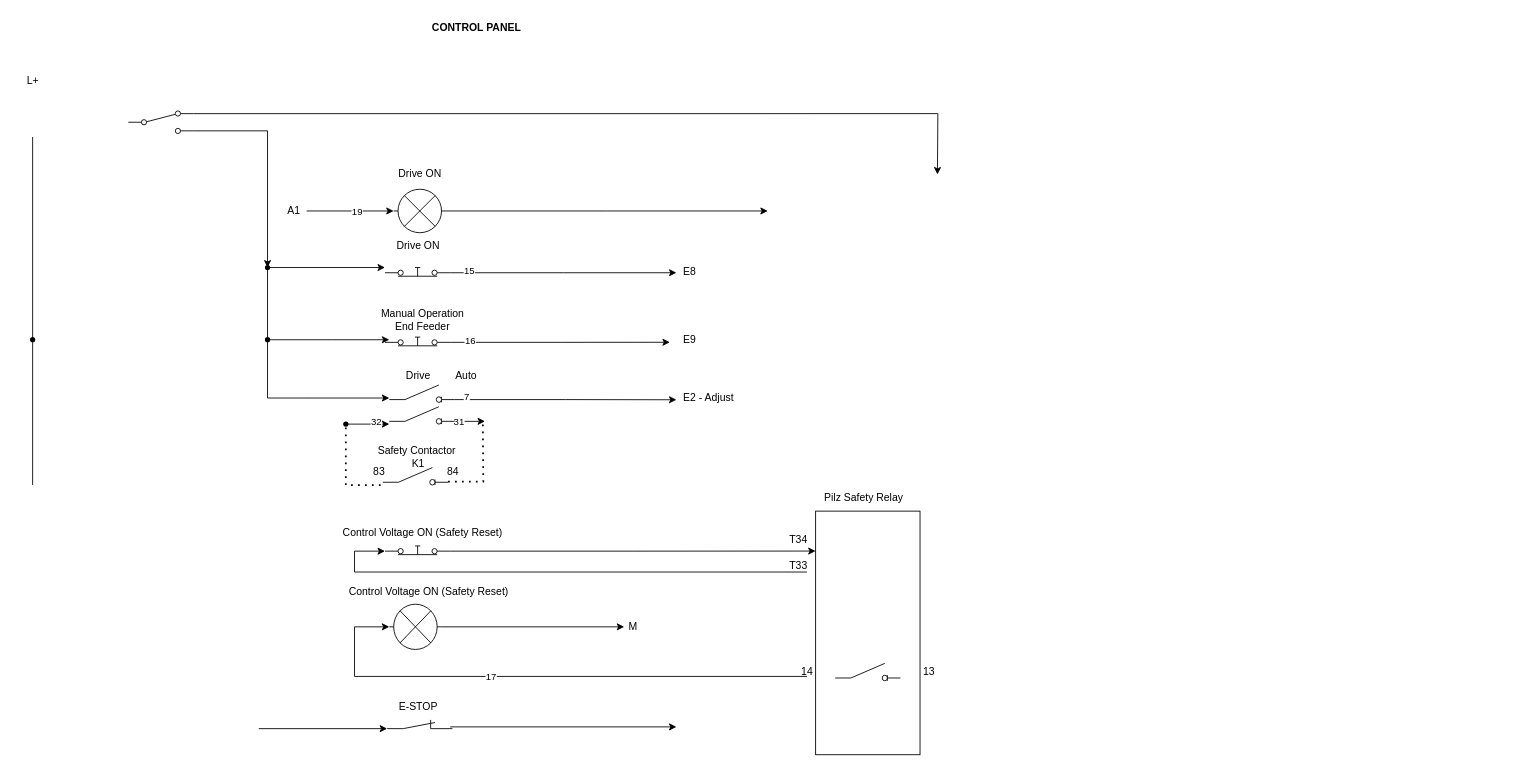
This is 176 Pendant.drawio from nicholas-carnie/Nicks-files, a draw.io file, before an edit. Source tidied: cells renumbered, new cells numbered last; positions are measured from the earlier drawing's top-left corner, leaving out a move shared by most shapes. Both pictures are drawn from the tidied source at 87%, with x=0, y=0 at pixel (15, 15).
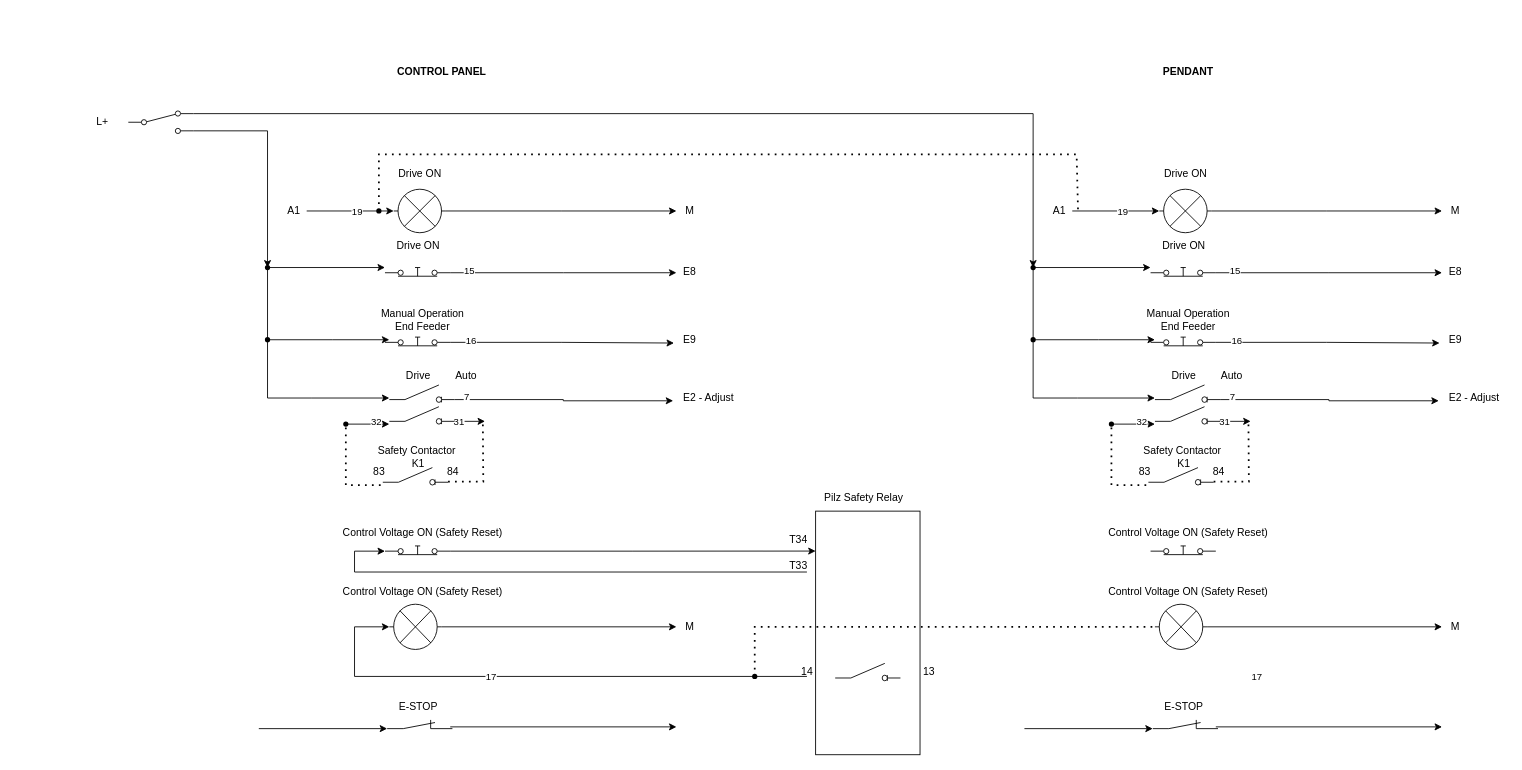
The same page after the edit.

The change refers to these unchanged cells:
```xml
<mxCell id="8" style="html=1;shape=mxgraph.electrical.electro-mechanical.twoWaySwitch;elSwitchState=2;" parent="1" vertex="1">
  <mxGeometry x="130" y="110" width="75" height="26" as="geometry" />
</mxCell>
<mxCell id="21" value="&amp;nbsp;E2 - Adjust" style="text;html=1;align=center;verticalAlign=middle;points=[];strokeColor=none;fillColor=none;" parent="1" vertex="1">
  <mxGeometry x="755" y="425" width="80" height="30" as="geometry" />
</mxCell>
<mxCell id="25" style="html=1;shape=mxgraph.electrical.electro-mechanical.switchDisconnector;elSwitchState=off;" parent="1" vertex="1">
  <mxGeometry x="430" y="425" width="75" height="20" as="geometry" />
</mxCell>
<mxCell id="29" style="html=1;shape=mxgraph.electrical.electro-mechanical.pushbutton;elSwitchState=on;" parent="1" vertex="1">
  <mxGeometry x="425" y="360" width="75" height="20" as="geometry" />
</mxCell>
<mxCell id="31" value="E9" style="text;html=1;align=center;verticalAlign=middle;points=[];strokeColor=none;fillColor=none;" parent="1" vertex="1">
  <mxGeometry x="755" y="358" width="40" height="30" as="geometry" />
</mxCell>
<mxCell id="53" style="verticalLabelPosition=bottom;shadow=0;dashed=0;align=center;html=1;verticalAlign=top;shape=mxgraph.electrical.miscellaneous.light_bulb;" parent="1" vertex="1">
  <mxGeometry x="435" y="200" width="60" height="50" as="geometry" />
</mxCell>
<mxCell id="54" style="verticalLabelPosition=bottom;shadow=0;dashed=0;align=center;html=1;verticalAlign=top;shape=mxgraph.electrical.miscellaneous.light_bulb;" parent="1" vertex="1">
  <mxGeometry x="430" y="677" width="60" height="52" as="geometry" />
</mxCell>
```

What changed in the source:
```diff
@@
-    <mxCell id="7" style="edgeStyle=orthogonalEdgeStyle;rounded=0;jettySize=auto;html=1;exitX=1;exitY=0.12;exitDx=0;exitDy=0;" parent="1" edge="1" source="8">
-      <mxGeometry relative="1" as="geometry">
-        <mxPoint x="1060" y="183" as="targetPoint" />
-      </mxGeometry>
+    <mxCell id="7" style="edgeStyle=orthogonalEdgeStyle;rounded=0;jettySize=auto;html=1;exitX=1;exitY=0.12;exitDx=0;exitDy=0;entryX=0.451;entryY=-0.068;entryDx=0;entryDy=0;entryPerimeter=0;" parent="1" edge="1" source="8" target="79">
+      <mxGeometry relative="1" as="geometry" />
     </mxCell>
@@
-    <mxCell id="17" style="endArrow=none;html=1;rounded=0;" parent="1" edge="1" source="35">
-      <mxGeometry relative="1" as="geometry">
-        <mxPoint x="20" y="140" as="targetPoint" />
-      </mxGeometry>
-    </mxCell>
     <mxCell id="18" value="L+" style="text;html=1;align=center;verticalAlign=middle;strokeColor=none;fillColor=none;" parent="1" vertex="1">
-      <mxGeometry y="60" width="40" height="30" as="geometry" />
+      <mxGeometry x="80" y="108" width="40" height="30" as="geometry" />
     </mxCell>
     <mxCell id="19" value="&lt;b&gt;CONTROL PANEL&lt;/b&gt;" style="text;html=1;align=center;verticalAlign=middle;strokeColor=none;fillColor=none;" parent="1" vertex="1">
-      <mxGeometry x="465" width="130" height="30" as="geometry" />
+      <mxGeometry x="425" y="50" width="130" height="30" as="geometry" />
     </mxCell>
@@
-    <mxCell id="23" style="edgeStyle=orthogonalEdgeStyle;rounded=0;jettySize=auto;html=1;exitX=1;exitY=0.84;exitDx=0;exitDy=0;" parent="1" edge="1" source="25">
-      <mxGeometry relative="1" as="geometry">
-        <mxPoint x="760" y="442" as="targetPoint" />
-      </mxGeometry>
+    <mxCell id="23" style="edgeStyle=orthogonalEdgeStyle;rounded=0;jettySize=auto;html=1;exitX=1;exitY=0.84;exitDx=0;exitDy=0;entryX=0.016;entryY=0.606;entryDx=0;entryDy=0;entryPerimeter=0;" parent="1" edge="1" source="25" target="21">
+      <mxGeometry relative="1" as="geometry" />
     </mxCell>
@@
-    <mxCell id="34" style="endArrow=none;html=1;rounded=0;" parent="1" edge="1" target="35">
-      <mxGeometry relative="1" as="geometry">
-        <mxPoint x="20" y="540" as="sourcePoint" />
-      </mxGeometry>
-    </mxCell>
-    <mxCell id="35" style="shape=waypoint;sketch=0;fillStyle=solid;size=6;points=[];fillColor=none;perimeter=centerPerimeter;snapToPoint=1;" parent="1" vertex="1">
-      <mxGeometry x="10" y="363" width="20" height="20" as="geometry" />
-    </mxCell>
-    <mxCell id="36" style="edgeStyle=orthogonalEdgeStyle;rounded=0;jettySize=auto;html=1;exitX=1;exitY=0.8;exitDx=0;exitDy=0;entryX=-0.063;entryY=0.597;entryDx=0;entryDy=0;entryPerimeter=0;" parent="1" edge="1" source="29" target="31">
+    <mxCell id="36" style="edgeStyle=orthogonalEdgeStyle;rounded=0;jettySize=auto;html=1;exitX=1;exitY=0.8;exitDx=0;exitDy=0;entryX=0.055;entryY=0.627;entryDx=0;entryDy=0;entryPerimeter=0;" parent="1" edge="1" source="29" target="31">
       <mxGeometry relative="1" as="geometry" />
     </mxCell>
@@
-    <mxCell id="52" style="edgeStyle=orthogonalEdgeStyle;rounded=0;jettySize=auto;html=1;exitX=1;exitY=0.5;exitDx=0;exitDy=0;exitPerimeter=0;entryX=-0.049;entryY=0.455;entryDx=0;entryDy=0;entryPerimeter=0;" parent="1" edge="1" source="53">
+    <mxCell id="52" style="edgeStyle=orthogonalEdgeStyle;rounded=0;jettySize=auto;html=1;exitX=1;exitY=0.5;exitDx=0;exitDy=0;exitPerimeter=0;" parent="1" edge="1" source="53">
       <mxGeometry relative="1" as="geometry">
-        <mxPoint x="865" y="225" as="targetPoint" />
+        <mxPoint x="760" y="225" as="targetPoint" />
       </mxGeometry>
     </mxCell>
@@
     <mxCell id="56" value="Control Voltage ON (Safety Reset)" style="text;html=1;align=center;verticalAlign=middle;strokeColor=none;fillColor=none;" parent="1" vertex="1">
-      <mxGeometry x="370" y="648" width="210" height="30" as="geometry" />
+      <mxGeometry x="362.5" y="648" width="210" height="30" as="geometry" />
     </mxCell>
@@
-    <mxCell id="63" style="edgeStyle=orthogonalEdgeStyle;rounded=0;jettySize=auto;html=1;exitX=1;exitY=0.5;exitDx=0;exitDy=0;exitPerimeter=0;" parent="1" edge="1" source="54">
-      <mxGeometry relative="1" as="geometry">
-        <mxPoint x="700" y="703" as="targetPoint" />
-      </mxGeometry>
+    <mxCell id="63" style="edgeStyle=orthogonalEdgeStyle;rounded=0;jettySize=auto;html=1;exitX=1;exitY=0.5;exitDx=0;exitDy=0;exitPerimeter=0;entryX=0;entryY=0.5;entryDx=0;entryDy=0;entryPerimeter=0;" parent="1" edge="1" source="54" target="67">
+      <mxGeometry relative="1" as="geometry" />
     </mxCell>
@@
     <mxCell id="67" value="M" style="text;html=1;align=center;verticalAlign=middle;points=[];strokeColor=none;fillColor=none;" parent="1" vertex="1">
-      <mxGeometry x="695" y="688" width="30" height="30" as="geometry" />
+      <mxGeometry x="760" y="688" width="30" height="30" as="geometry" />
     </mxCell>
@@
+    <mxCell id="70" value="M" style="text;html=1;align=center;verticalAlign=middle;strokeColor=none;fillColor=none;" parent="1" vertex="1">
+      <mxGeometry x="760" y="210" width="30" height="30" as="geometry" />
+    </mxCell>
+    <mxCell id="71" style="edgeStyle=orthogonalEdgeStyle;rounded=0;jettySize=auto;html=1;exitX=1;exitY=0.8;exitDx=0;exitDy=0;" parent="1" edge="1" source="73">
+      <mxGeometry relative="1" as="geometry">
+        <mxPoint x="1640" y="296" as="targetPoint" />
+      </mxGeometry>
+    </mxCell>
+    <mxCell id="72" value="15" style="edgeLabel;html=1;align=center;verticalAlign=middle;" parent="71" vertex="1">
+      <mxGeometry x="-0.84" y="3" relative="1" as="geometry" />
+    </mxCell>
+    <mxCell id="73" style="html=1;shape=mxgraph.electrical.electro-mechanical.pushbutton;elSwitchState=on;" parent="1" vertex="1">
+      <mxGeometry x="1305" y="280" width="75" height="20" as="geometry" />
+    </mxCell>
+    <mxCell id="74" style="html=1;shape=mxgraph.electrical.electro-mechanical.pushbutton;elSwitchState=on;" parent="1" vertex="1">
+      <mxGeometry x="1305" y="600" width="75" height="20" as="geometry" />
+    </mxCell>
+    <mxCell id="75" style="edgeStyle=orthogonalEdgeStyle;rounded=0;jettySize=auto;html=1;" parent="1" edge="1" source="76">
+      <mxGeometry relative="1" as="geometry">
+        <mxPoint x="1310" y="373" as="targetPoint" />
+      </mxGeometry>
+    </mxCell>
+    <mxCell id="76" style="shape=waypoint;sketch=0;fillStyle=solid;size=6;points=[];fillColor=none;perimeter=centerPerimeter;snapToPoint=1;" parent="1" vertex="1">
+      <mxGeometry x="1160" y="363" width="20" height="20" as="geometry" />
+    </mxCell>
+    <mxCell id="77" style="edgeStyle=orthogonalEdgeStyle;rounded=0;jettySize=auto;html=1;" parent="1" edge="1" source="79" target="73">
+      <mxGeometry relative="1" as="geometry" />
+    </mxCell>
+    <mxCell id="78" style="edgeStyle=orthogonalEdgeStyle;rounded=0;jettySize=auto;html=1;" parent="1" edge="1" source="79">
+      <mxGeometry relative="1" as="geometry">
+        <mxPoint x="1310" y="440" as="targetPoint" />
+        <Array as="points">
+          <mxPoint x="1170" y="440" />
+          <mxPoint x="1221" y="440" />
+        </Array>
+      </mxGeometry>
+    </mxCell>
+    <mxCell id="79" style="shape=waypoint;sketch=0;fillStyle=solid;size=6;points=[];fillColor=none;perimeter=centerPerimeter;snapToPoint=1;" parent="1" vertex="1">
+      <mxGeometry x="1160" y="280" width="20" height="20" as="geometry" />
+    </mxCell>
+    <mxCell id="80" value="Drive ON" style="text;html=1;align=center;verticalAlign=middle;strokeColor=none;fillColor=none;" parent="1" vertex="1">
+      <mxGeometry x="1307.5" y="250" width="70" height="30" as="geometry" />
+    </mxCell>
+    <mxCell id="81" value="&lt;div&gt;Manual Operation&lt;/div&gt;End Feeder" style="text;html=1;align=center;verticalAlign=middle;strokeColor=none;fillColor=none;" parent="1" vertex="1">
+      <mxGeometry x="1287.5" y="330" width="120" height="40" as="geometry" />
+    </mxCell>
+    <mxCell id="82" value="Drive" style="text;html=1;align=center;verticalAlign=middle;strokeColor=none;fillColor=none;" parent="1" vertex="1">
+      <mxGeometry x="1317.5" y="400" width="50" height="30" as="geometry" />
+    </mxCell>
+    <mxCell id="83" value="E8" style="text;html=1;align=center;verticalAlign=middle;strokeColor=none;fillColor=none;" parent="1" vertex="1">
+      <mxGeometry x="1635" y="280" width="40" height="30" as="geometry" />
+    </mxCell>
+    <mxCell id="84" value="&amp;nbsp;E2 - Adjust" style="text;html=1;align=center;verticalAlign=middle;points=[];strokeColor=none;fillColor=none;" parent="1" vertex="1">
+      <mxGeometry x="1635" y="425" width="80" height="30" as="geometry" />
+    </mxCell>
+    <mxCell id="85" value="Auto" style="text;html=1;align=center;verticalAlign=middle;strokeColor=none;fillColor=none;" parent="1" vertex="1">
+      <mxGeometry x="1372.5" y="400" width="50" height="30" as="geometry" />
+    </mxCell>
+    <mxCell id="86" style="edgeStyle=orthogonalEdgeStyle;rounded=0;jettySize=auto;html=1;exitX=1;exitY=0.84;exitDx=0;exitDy=0;entryX=0.016;entryY=0.606;entryDx=0;entryDy=0;entryPerimeter=0;" parent="1" edge="1" source="88" target="84">
+      <mxGeometry relative="1" as="geometry" />
+    </mxCell>
+    <mxCell id="87" value="7" style="edgeLabel;html=1;align=center;verticalAlign=middle;" parent="86" vertex="1">
+      <mxGeometry x="-0.9" y="3" relative="1" as="geometry" />
+    </mxCell>
+    <mxCell id="88" style="html=1;shape=mxgraph.electrical.electro-mechanical.switchDisconnector;elSwitchState=off;" parent="1" vertex="1">
+      <mxGeometry x="1310" y="425" width="75" height="20" as="geometry" />
+    </mxCell>
+    <mxCell id="89" style="edgeStyle=orthogonalEdgeStyle;rounded=0;jettySize=auto;html=1;exitX=1;exitY=0.84;exitDx=0;exitDy=0;" parent="1" edge="1" source="91">
+      <mxGeometry relative="1" as="geometry">
+        <mxPoint x="1420" y="467" as="targetPoint" />
+      </mxGeometry>
+    </mxCell>
+    <mxCell id="90" value="31" style="edgeLabel;html=1;align=center;verticalAlign=middle;" parent="89" vertex="1">
+      <mxGeometry x="-0.75" y="-1" relative="1" as="geometry" />
+    </mxCell>
+    <mxCell id="91" style="html=1;shape=mxgraph.electrical.electro-mechanical.switchDisconnector;elSwitchState=off;" parent="1" vertex="1">
+      <mxGeometry x="1310" y="450" width="75" height="20" as="geometry" />
+    </mxCell>
+    <mxCell id="92" style="html=1;shape=mxgraph.electrical.electro-mechanical.pushbutton;elSwitchState=on;" parent="1" vertex="1">
+      <mxGeometry x="1305" y="360" width="75" height="20" as="geometry" />
+    </mxCell>
+    <mxCell id="93" value="Control Voltage ON (Safety Reset)" style="text;html=1;align=center;verticalAlign=middle;strokeColor=none;fillColor=none;" parent="1" vertex="1">
+      <mxGeometry x="1242.5" y="580" width="210" height="30" as="geometry" />
+    </mxCell>
+    <mxCell id="94" value="E9" style="text;html=1;align=center;verticalAlign=middle;points=[];strokeColor=none;fillColor=none;" parent="1" vertex="1">
+      <mxGeometry x="1635" y="358" width="40" height="30" as="geometry" />
+    </mxCell>
+    <mxCell id="95" style="verticalLabelPosition=bottom;shadow=0;dashed=0;align=center;html=1;verticalAlign=top;shape=mxgraph.electrical.electro-mechanical.break_contact;" parent="1" vertex="1">
+      <mxGeometry x="1307.5" y="810" width="75" height="10" as="geometry" />
+    </mxCell>
+    <mxCell id="96" value="E-STOP" style="text;html=1;align=center;verticalAlign=middle;strokeColor=none;fillColor=none;" parent="1" vertex="1">
+      <mxGeometry x="1307.5" y="780" width="70" height="30" as="geometry" />
+    </mxCell>
+    <mxCell id="97" style="edgeStyle=orthogonalEdgeStyle;rounded=0;jettySize=auto;html=1;exitX=1;exitY=0.8;exitDx=0;exitDy=0;entryX=0.055;entryY=0.627;entryDx=0;entryDy=0;entryPerimeter=0;" parent="1" edge="1" source="92" target="94">
+      <mxGeometry relative="1" as="geometry" />
+    </mxCell>
+    <mxCell id="98" value="16" style="edgeLabel;html=1;align=center;verticalAlign=middle;" parent="97" vertex="1">
+      <mxGeometry x="-0.83" y="3" relative="1" as="geometry">
+        <mxPoint x="1" as="offset" />
+      </mxGeometry>
+    </mxCell>
+    <mxCell id="99" value="Safety Contactor&amp;nbsp;&lt;div&gt;K1&lt;/div&gt;" style="text;html=1;align=center;verticalAlign=middle;strokeColor=none;fillColor=none;" parent="1" vertex="1">
+      <mxGeometry x="1282.5" y="488" width="120" height="40" as="geometry" />
+    </mxCell>
+    <mxCell id="100" style="endArrow=classic;html=1;rounded=0;exitX=0.223;exitY=0.523;exitDx=0;exitDy=0;exitPerimeter=0;" parent="1" edge="1" source="102">
+      <mxGeometry relative="1" as="geometry">
+        <mxPoint x="1310" y="470" as="targetPoint" />
+      </mxGeometry>
+    </mxCell>
+    <mxCell id="101" value="32" style="edgeLabel;html=1;align=center;verticalAlign=middle;" parent="100" vertex="1">
+      <mxGeometry x="0.37" y="3" relative="1" as="geometry" />
+    </mxCell>
+    <mxCell id="102" style="shape=waypoint;sketch=0;fillStyle=solid;size=6;points=[];fillColor=none;perimeter=centerPerimeter;snapToPoint=1;" parent="1" vertex="1">
+      <mxGeometry x="1250" y="460" width="20" height="20" as="geometry" />
+    </mxCell>
+    <mxCell id="103" style="html=1;shape=mxgraph.electrical.electro-mechanical.switchDisconnector;elSwitchState=off;" parent="1" vertex="1">
+      <mxGeometry x="1302.5" y="520" width="75" height="20" as="geometry" />
+    </mxCell>
+    <mxCell id="104" style="endArrow=none;dashed=1;html=1;dashPattern=1 3;strokeWidth=2;rounded=0;" parent="1" edge="1">
+      <mxGeometry relative="1" as="geometry">
+        <mxPoint x="1377.5" y="536" as="sourcePoint" />
+        <mxPoint x="1417.5" y="468" as="targetPoint" />
+        <Array as="points">
+          <mxPoint x="1418" y="536" />
+        </Array>
+      </mxGeometry>
+    </mxCell>
+    <mxCell id="105" style="endArrow=none;dashed=1;html=1;dashPattern=1 3;strokeWidth=2;rounded=0;" parent="1" edge="1">
+      <mxGeometry relative="1" as="geometry">
+        <mxPoint x="1300" y="540" as="sourcePoint" />
+        <mxPoint x="1260" y="470" as="targetPoint" />
+        <Array as="points">
+          <mxPoint x="1260" y="540" />
+        </Array>
+      </mxGeometry>
+    </mxCell>
+    <mxCell id="106" value="83" style="text;html=1;align=center;verticalAlign=middle;strokeColor=none;fillColor=none;" parent="1" vertex="1">
+      <mxGeometry x="1277.5" y="510" width="40" height="30" as="geometry" />
+    </mxCell>
+    <mxCell id="107" value="84" style="text;html=1;align=center;verticalAlign=middle;strokeColor=none;fillColor=none;" parent="1" vertex="1">
+      <mxGeometry x="1362.5" y="510" width="40" height="30" as="geometry" />
+    </mxCell>
+    <mxCell id="108" style="endArrow=classic;html=1;rounded=0;" parent="1" edge="1">
+      <mxGeometry relative="1" as="geometry">
+        <mxPoint x="1380" y="818" as="sourcePoint" />
+        <mxPoint x="1640" y="818" as="targetPoint" />
+      </mxGeometry>
+    </mxCell>
+    <mxCell id="109" style="endArrow=classic;html=1;rounded=0;entryX=0;entryY=1;entryDx=0;entryDy=0;entryPerimeter=0;" parent="1" edge="1" target="95">
+      <mxGeometry relative="1" as="geometry">
+        <mxPoint x="1160" y="820" as="sourcePoint" />
+      </mxGeometry>
+    </mxCell>
+    <mxCell id="110" style="edgeStyle=orthogonalEdgeStyle;rounded=0;jettySize=auto;html=1;exitX=1;exitY=0.5;exitDx=0;exitDy=0;exitPerimeter=0;" parent="1" edge="1" source="111">
+      <mxGeometry relative="1" as="geometry">
+        <mxPoint x="1640" y="225" as="targetPoint" />
+      </mxGeometry>
+    </mxCell>
+    <mxCell id="111" style="verticalLabelPosition=bottom;shadow=0;dashed=0;align=center;html=1;verticalAlign=top;shape=mxgraph.electrical.miscellaneous.light_bulb;" parent="1" vertex="1">
+      <mxGeometry x="1315" y="200" width="60" height="50" as="geometry" />
+    </mxCell>
+    <mxCell id="112" style="verticalLabelPosition=bottom;shadow=0;dashed=0;align=center;html=1;verticalAlign=top;shape=mxgraph.electrical.miscellaneous.light_bulb;" parent="1" vertex="1">
+      <mxGeometry x="1310" y="677" width="60" height="52" as="geometry" />
+    </mxCell>
+    <mxCell id="113" value="Drive ON" style="text;html=1;align=center;verticalAlign=middle;strokeColor=none;fillColor=none;" parent="1" vertex="1">
+      <mxGeometry x="1310" y="168" width="70" height="30" as="geometry" />
+    </mxCell>
+    <mxCell id="114" value="Control Voltage ON (Safety Reset)" style="text;html=1;align=center;verticalAlign=middle;strokeColor=none;fillColor=none;" parent="1" vertex="1">
+      <mxGeometry x="1242.5" y="648" width="210" height="30" as="geometry" />
+    </mxCell>
+    <mxCell id="115" style="endArrow=classic;html=1;rounded=0;entryX=0;entryY=0.5;entryDx=0;entryDy=0;entryPerimeter=0;" parent="1" edge="1" target="111">
+      <mxGeometry relative="1" as="geometry">
+        <mxPoint x="1215" y="225" as="sourcePoint" />
+      </mxGeometry>
+    </mxCell>
+    <mxCell id="116" value="19" style="edgeLabel;html=1;align=center;verticalAlign=middle;" parent="115" vertex="1">
+      <mxGeometry x="0.15" relative="1" as="geometry" />
+    </mxCell>
+    <mxCell id="117" value="A1" style="text;html=1;align=center;verticalAlign=middle;points=[];strokeColor=none;fillColor=none;" parent="1" vertex="1">
+      <mxGeometry x="1180" y="210" width="40" height="30" as="geometry" />
+    </mxCell>
+    <mxCell id="118" value="17" style="edgeLabel;html=1;align=center;verticalAlign=middle;" parent="1" vertex="1">
+      <mxGeometry x="1426" y="760" as="geometry" />
+    </mxCell>
+    <mxCell id="119" style="edgeStyle=orthogonalEdgeStyle;rounded=0;jettySize=auto;html=1;exitX=1;exitY=0.5;exitDx=0;exitDy=0;exitPerimeter=0;entryX=0;entryY=0.5;entryDx=0;entryDy=0;entryPerimeter=0;" parent="1" edge="1" source="112" target="120">
+      <mxGeometry relative="1" as="geometry" />
+    </mxCell>
+    <mxCell id="120" value="M" style="text;html=1;align=center;verticalAlign=middle;points=[];strokeColor=none;fillColor=none;" parent="1" vertex="1">
+      <mxGeometry x="1640" y="688" width="30" height="30" as="geometry" />
+    </mxCell>
+    <mxCell id="121" value="M" style="text;html=1;align=center;verticalAlign=middle;strokeColor=none;fillColor=none;" parent="1" vertex="1">
+      <mxGeometry x="1640" y="210" width="30" height="30" as="geometry" />
+    </mxCell>
+    <mxCell id="122" style="endArrow=none;dashed=1;html=1;dashPattern=1 3;strokeWidth=2;rounded=0;entryX=1.043;entryY=0.621;entryDx=0;entryDy=0;entryPerimeter=0;exitX=0.5;exitY=0.25;exitDx=0;exitDy=0;exitPerimeter=0;" parent="1" edge="1" source="123" target="117">
+      <mxGeometry relative="1" as="geometry">
+        <Array as="points">
+          <mxPoint x="418" y="160" />
+          <mxPoint x="1220" y="160" />
+        </Array>
+      </mxGeometry>
+    </mxCell>
+    <mxCell id="123" style="shape=waypoint;sketch=0;fillStyle=solid;size=6;points=[];fillColor=none;perimeter=centerPerimeter;snapToPoint=1;" parent="1" vertex="1">
+      <mxGeometry x="408" y="215" width="20" height="20" as="geometry" />
+    </mxCell>
+    <mxCell id="124" value="&lt;b&gt;PENDANT&lt;/b&gt;" style="text;html=1;align=center;verticalAlign=middle;strokeColor=none;fillColor=none;" parent="1" vertex="1">
+      <mxGeometry x="1307.5" y="50" width="80" height="30" as="geometry" />
+    </mxCell>
+    <mxCell id="125" style="endArrow=none;dashed=1;html=1;dashPattern=1 3;strokeWidth=2;rounded=0;entryX=0;entryY=0.5;entryDx=0;entryDy=0;entryPerimeter=0;" parent="1" edge="1" source="127" target="112">
+      <mxGeometry relative="1" as="geometry">
+        <Array as="points">
+          <mxPoint x="850" y="703" />
+        </Array>
+      </mxGeometry>
+    </mxCell>
+    <mxCell id="126" style="endArrow=none;dashed=1;html=1;dashPattern=1 3;strokeWidth=2;rounded=0;entryDx=0;entryDy=0;entryPerimeter=0;" parent="1" edge="1" target="127">
+      <mxGeometry relative="1" as="geometry">
+        <mxPoint x="850" y="760" as="sourcePoint" />
+      </mxGeometry>
+    </mxCell>
+    <mxCell id="127" style="shape=waypoint;sketch=0;fillStyle=solid;size=6;points=[];fillColor=none;perimeter=centerPerimeter;snapToPoint=1;" parent="1" vertex="1">
+      <mxGeometry x="840" y="750" width="20" height="20" as="geometry" />
+    </mxCell>
```
